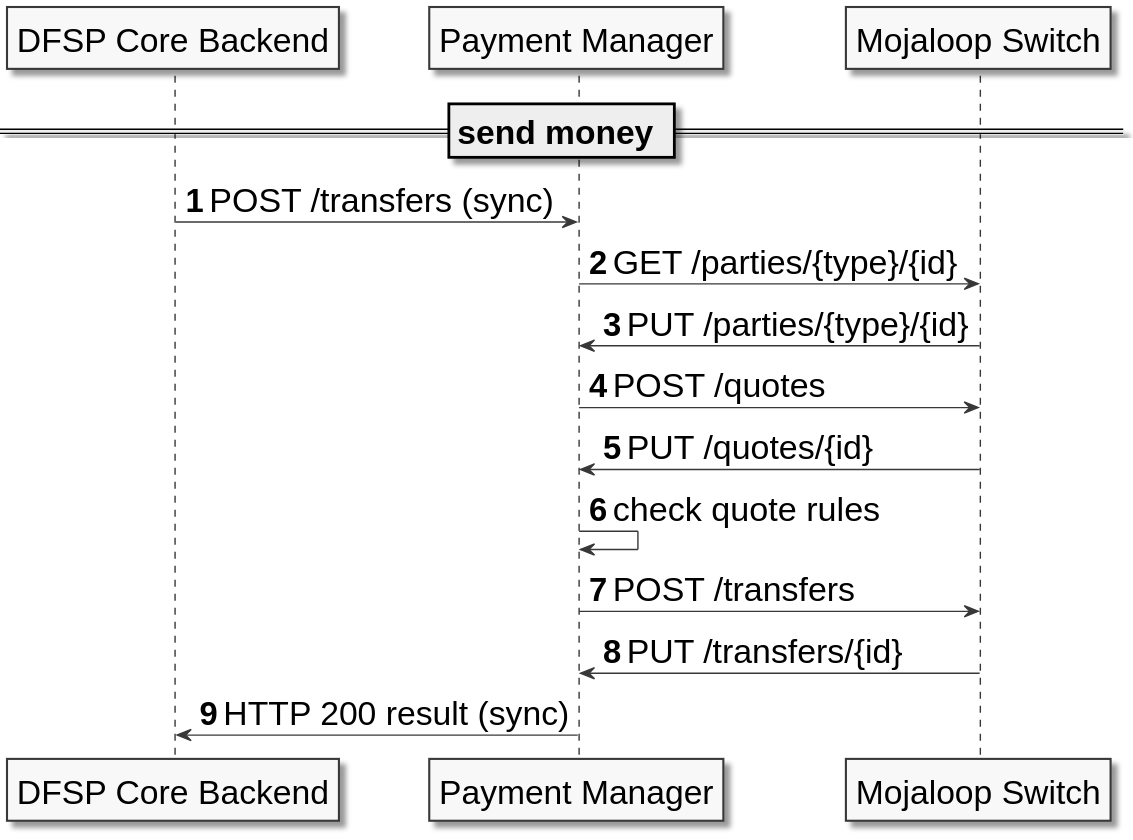
This is modules/api_integration/images/PM4ML_transfer_flow_payer.svg from pm4ml/documents, a PlantUML export, as it was before one commit. The source it was exported from:
```plantuml
@startuml

autonumber
skinparam activityFontSize 4
skinparam activityDiamondFontSize 30
skinparam activityArrowFontSize 24
skinparam defaultFontSize 24
skinparam noteFontSize 24
skinparam monochrome true

participant "DFSP Core Backend" as backend

participant "Payment Manager" as sob

participant "Mojaloop Switch" as sw


== send money ==

    backend -> sob: POST /transfers (sync)

    sob -> sw: GET /parties/{type}/{id}
    sw -> sob: PUT /parties/{type}/{id}
    sob -> sw: POST /quotes
    sw -> sob: PUT /quotes/{id}
    sob -> sob: check quote rules
    sob -> sw: POST /transfers
    sw -> sob: PUT /transfers/{id}

    sob -> backend: HTTP 200 result (sync)

@enduml
```
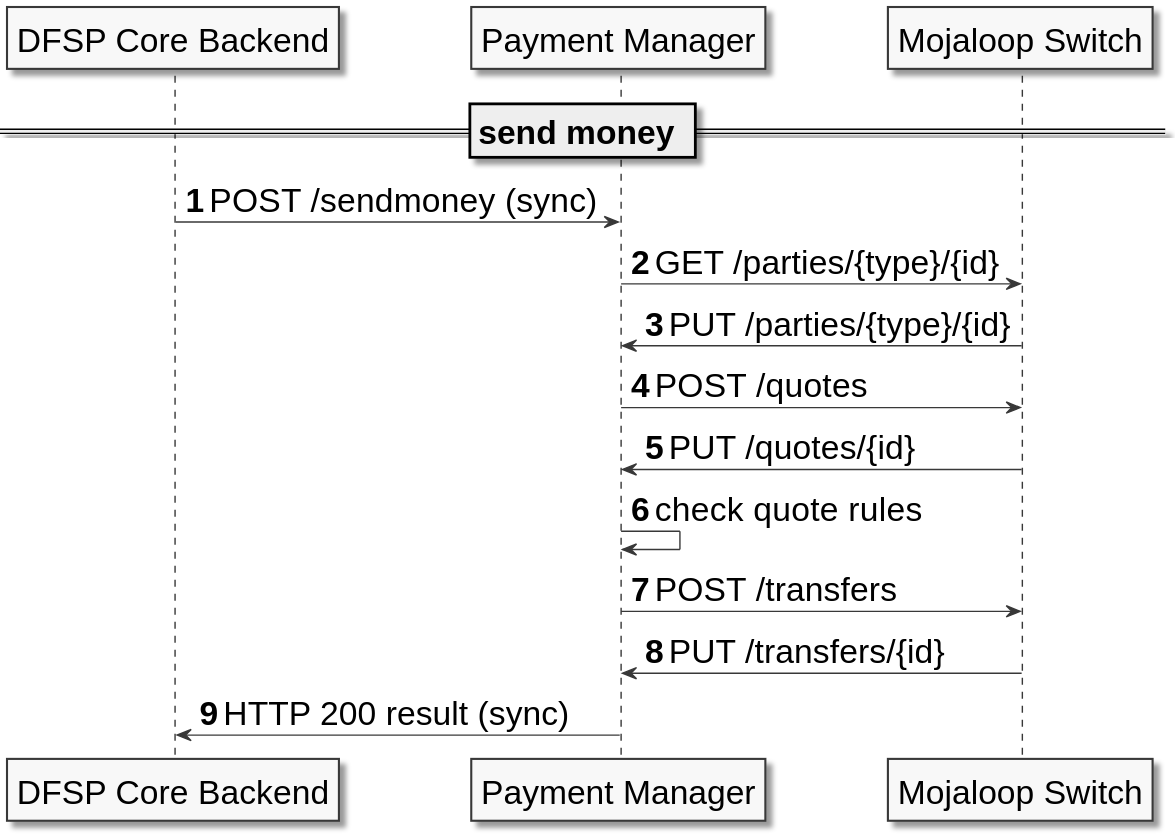
Later version of the same file.

Commit message:
/sendmoney endpoint

The edit, as a diff of the source:
```diff
@@ -17,7 +17,7 @@
 
 == send money ==
 
-    backend -> sob: POST /transfers (sync)
+    backend -> sob: POST /sendmoney (sync)
 
     sob -> sw: GET /parties/{type}/{id}
     sw -> sob: PUT /parties/{type}/{id}
```
